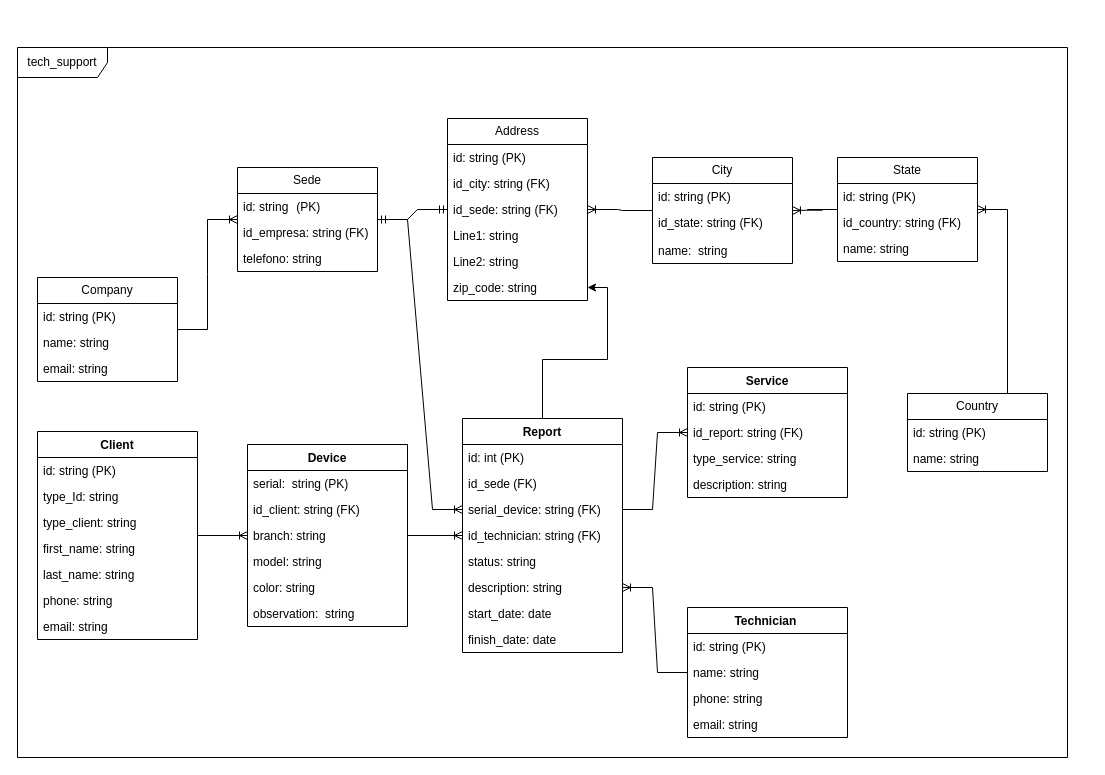
Above: projects/tech_support/Tech_support.drawio in Alejo2304/website_projects (draw.io), before the change. Source tidied: cells renumbered, new cells numbered last; positions are measured from the earlier drawing's top-left corner, leaving out a move shared by most shapes. Both pictures are drawn from the tidied source at 100%, with x=0, y=0 at pixel (17, 47).
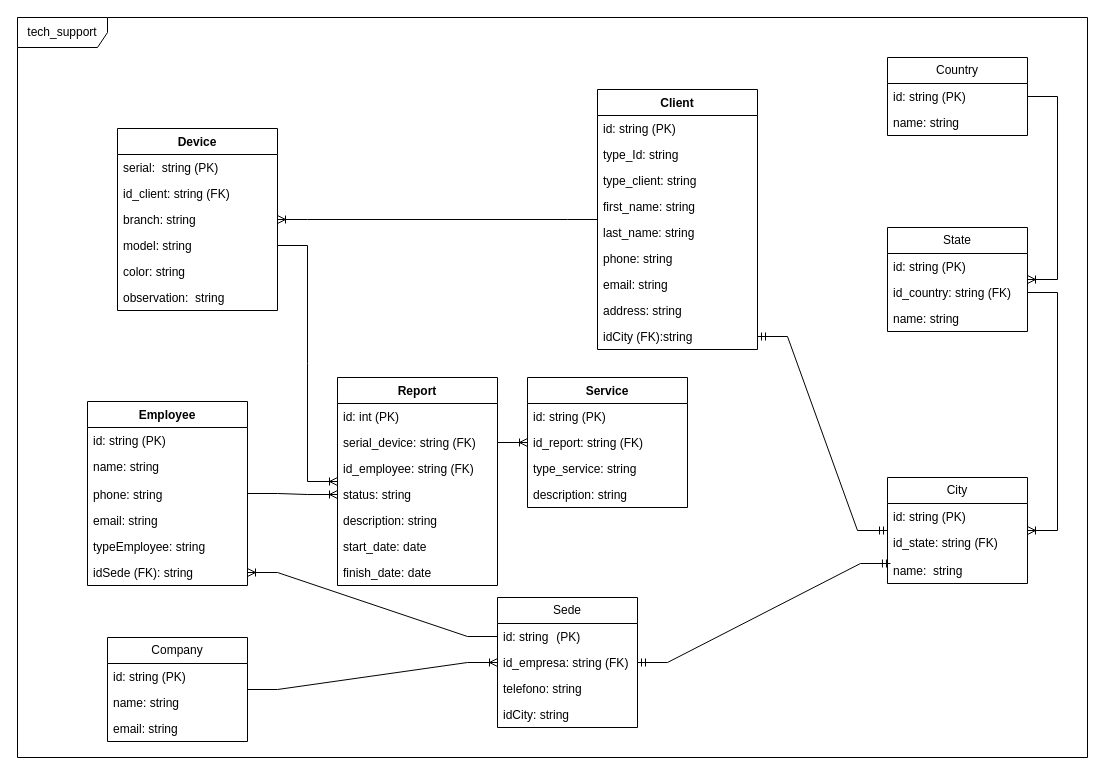
Above is the later version.

The change refers to these unchanged cells:
```xml
<mxCell id="19" value="model: string" style="text;strokeColor=none;fillColor=none;align=left;verticalAlign=top;spacingLeft=4;spacingRight=4;overflow=hidden;points=[[0,0.5],[1,0.5]];portConstraint=eastwest;whiteSpace=wrap;html=1;" parent="15" vertex="1">
  <mxGeometry y="104" width="160" height="26" as="geometry" />
</mxCell>
<mxCell id="43" value="id: string&lt;span style=&quot;white-space: pre;&quot;&gt;&#9;&lt;/span&gt;(PK)" style="text;strokeColor=none;fillColor=none;align=left;verticalAlign=top;spacingLeft=4;spacingRight=4;overflow=hidden;points=[[0,0.5],[1,0.5]];portConstraint=eastwest;whiteSpace=wrap;html=1;" parent="42" vertex="1">
  <mxGeometry y="26" width="140" height="26" as="geometry" />
</mxCell>
<mxCell id="53" value="name:&amp;nbsp; string" style="text;strokeColor=none;fillColor=none;align=left;verticalAlign=top;spacingLeft=4;spacingRight=4;overflow=hidden;points=[[0,0.5],[1,0.5]];portConstraint=eastwest;whiteSpace=wrap;html=1;" parent="50" vertex="1">
  <mxGeometry y="80" width="140" height="26" as="geometry" />
</mxCell>
<mxCell id="56" value="id_country: string (FK)" style="text;strokeColor=none;fillColor=none;align=left;verticalAlign=top;spacingLeft=4;spacingRight=4;overflow=hidden;points=[[0,0.5],[1,0.5]];portConstraint=eastwest;whiteSpace=wrap;html=1;" parent="54" vertex="1">
  <mxGeometry y="52" width="140" height="26" as="geometry" />
</mxCell>
```

Change to the diagram source:
```diff
@@
     <mxCell id="2" value="Client" style="swimlane;fontStyle=1;align=center;verticalAlign=top;horizontal=1;startSize=26;whiteSpace=wrap;html=1;" parent="1" vertex="1">
-      <mxGeometry x="20" y="384" width="160" height="208" as="geometry" />
+      <mxGeometry x="580" y="42" width="160" height="260" as="geometry" />
     </mxCell>
@@
-    <mxCell id="10" value="Technician&amp;nbsp;" style="swimlane;fontStyle=1;align=center;verticalAlign=top;horizontal=1;startSize=26;whiteSpace=wrap;html=1;" parent="1" vertex="1">
-      <mxGeometry x="670" y="560" width="160" height="130" as="geometry" />
-    </mxCell>
-    <mxCell id="11" value="id: string (PK)&lt;div&gt;&lt;br&gt;&lt;/div&gt;" style="text;strokeColor=none;fillColor=none;align=left;verticalAlign=top;spacingLeft=4;spacingRight=4;overflow=hidden;whiteSpace=wrap;html=1;" parent="10" vertex="1">
-      <mxGeometry y="26" width="160" height="26" as="geometry" />
-    </mxCell>
-    <mxCell id="12" value="name: string" style="text;strokeColor=none;fillColor=none;align=left;verticalAlign=top;spacingLeft=4;spacingRight=4;overflow=hidden;whiteSpace=wrap;html=1;" parent="10" vertex="1">
-      <mxGeometry y="52" width="160" height="26" as="geometry" />
-    </mxCell>
-    <mxCell id="13" value="phone: string" style="text;strokeColor=none;fillColor=none;align=left;verticalAlign=top;spacingLeft=4;spacingRight=4;overflow=hidden;whiteSpace=wrap;html=1;" parent="10" vertex="1">
-      <mxGeometry y="78" width="160" height="26" as="geometry" />
-    </mxCell>
-    <mxCell id="14" value="email: string" style="text;strokeColor=none;fillColor=none;align=left;verticalAlign=top;spacingLeft=4;spacingRight=4;overflow=hidden;whiteSpace=wrap;html=1;" parent="10" vertex="1">
-      <mxGeometry y="104" width="160" height="26" as="geometry" />
-    </mxCell>
+    <mxCell id="74" value="address: string" style="text;strokeColor=none;fillColor=none;align=left;verticalAlign=top;spacingLeft=4;spacingRight=4;overflow=hidden;whiteSpace=wrap;html=1;" parent="2" vertex="1">
+      <mxGeometry y="208" width="160" height="26" as="geometry" />
+    </mxCell>
+    <mxCell id="75" value="idCity (FK):string" style="text;strokeColor=none;fillColor=none;align=left;verticalAlign=top;spacingLeft=4;spacingRight=4;overflow=hidden;points=[[0,0.5],[1,0.5]];portConstraint=eastwest;whiteSpace=wrap;html=1;" parent="2" vertex="1">
+      <mxGeometry y="234" width="160" height="26" as="geometry" />
+    </mxCell>
     <mxCell id="15" value="Device" style="swimlane;fontStyle=1;align=center;verticalAlign=top;horizontal=1;startSize=26;whiteSpace=wrap;html=1;" parent="1" vertex="1">
-      <mxGeometry x="230" y="397" width="160" height="182" as="geometry" />
+      <mxGeometry x="100" y="81" width="160" height="182" as="geometry" />
     </mxCell>
@@
-    <mxCell id="22" style="edgeStyle=orthogonalEdgeStyle;rounded=0;jettySize=auto;html=1;" parent="1" edge="1" source="23" target="67">
-      <mxGeometry relative="1" as="geometry" />
-    </mxCell>
     <mxCell id="23" value="Report" style="swimlane;fontStyle=1;align=center;verticalAlign=top;horizontal=1;startSize=26;whiteSpace=wrap;html=1;" parent="1" vertex="1">
-      <mxGeometry x="445" y="371" width="160" height="234" as="geometry" />
+      <mxGeometry x="320" y="330" width="160" height="208" as="geometry" />
     </mxCell>
@@
-    <mxCell id="25" value="id_sede (FK)" style="text;strokeColor=none;fillColor=none;align=left;verticalAlign=top;spacingLeft=4;spacingRight=4;overflow=hidden;whiteSpace=wrap;html=1;" parent="23" vertex="1">
-      <mxGeometry y="52" width="160" height="26" as="geometry" />
-    </mxCell>
     <mxCell id="26" value="serial_device: string (FK)" style="text;strokeColor=none;fillColor=none;align=left;verticalAlign=top;spacingLeft=4;spacingRight=4;overflow=hidden;points=[[0,0.5],[1,0.5]];portConstraint=eastwest;whiteSpace=wrap;html=1;" parent="23" vertex="1">
-      <mxGeometry y="78" width="160" height="26" as="geometry" />
+      <mxGeometry y="52" width="160" height="26" as="geometry" />
     </mxCell>
-    <mxCell id="27" value="id_technician: string (FK)" style="text;strokeColor=none;fillColor=none;align=left;verticalAlign=top;spacingLeft=4;spacingRight=4;overflow=hidden;whiteSpace=wrap;html=1;" parent="23" vertex="1">
-      <mxGeometry y="104" width="160" height="26" as="geometry" />
+    <mxCell id="27" value="id_employee: string (FK)" style="text;strokeColor=none;fillColor=none;align=left;verticalAlign=top;spacingLeft=4;spacingRight=4;overflow=hidden;whiteSpace=wrap;html=1;" parent="23" vertex="1">
+      <mxGeometry y="78" width="160" height="26" as="geometry" />
     </mxCell>
     <mxCell id="28" value="status: string&lt;br&gt;&lt;span style=&quot;white-space: pre;&quot;&gt;&#9;&lt;/span&gt;&lt;span style=&quot;white-space: pre;&quot;&gt;&#9;&lt;/span&gt;&lt;span style=&quot;white-space: pre;&quot;&gt;&#9;&lt;/span&gt;&lt;span style=&quot;white-space: pre;&quot;&gt;&#9;&lt;/span&gt;&lt;span style=&quot;white-space: pre;&quot;&gt;&#9;&lt;/span&gt;&lt;span style=&quot;white-space: pre;&quot;&gt;&#9;&lt;/span&gt;&lt;span style=&quot;white-space: pre;&quot;&gt;&#9;&lt;/span&gt;" style="text;strokeColor=none;fillColor=none;align=left;verticalAlign=top;spacingLeft=4;spacingRight=4;overflow=hidden;points=[[0,0.5],[1,0.5]];portConstraint=eastwest;whiteSpace=wrap;html=1;" parent="23" vertex="1">
-      <mxGeometry y="130" width="160" height="26" as="geometry" />
+      <mxGeometry y="104" width="160" height="26" as="geometry" />
     </mxCell>
     <mxCell id="29" value="description: string" style="text;strokeColor=none;fillColor=none;align=left;verticalAlign=top;spacingLeft=4;spacingRight=4;overflow=hidden;points=[[0,0.5],[1,0.5]];portConstraint=eastwest;whiteSpace=wrap;html=1;" parent="23" vertex="1">
-      <mxGeometry y="156" width="160" height="26" as="geometry" />
+      <mxGeometry y="130" width="160" height="26" as="geometry" />
     </mxCell>
     <mxCell id="30" value="start_date: date&lt;div&gt;&lt;span style=&quot;white-space: pre;&quot;&gt;&#9;&lt;/span&gt;&amp;nbsp;&lt;br&gt;&lt;/div&gt;" style="text;strokeColor=none;fillColor=none;align=left;verticalAlign=top;spacingLeft=4;spacingRight=4;overflow=hidden;whiteSpace=wrap;html=1;" parent="23" vertex="1">
-      <mxGeometry y="182" width="160" height="26" as="geometry" />
+      <mxGeometry y="156" width="160" height="26" as="geometry" />
     </mxCell>
     <mxCell id="31" value="finish_date: date" style="text;strokeColor=none;fillColor=none;align=left;verticalAlign=top;spacingLeft=4;spacingRight=4;overflow=hidden;whiteSpace=wrap;html=1;" parent="23" vertex="1">
-      <mxGeometry y="208" width="160" height="26" as="geometry" />
+      <mxGeometry y="182" width="160" height="26" as="geometry" />
     </mxCell>
     <mxCell id="32" value="Service" style="swimlane;fontStyle=1;align=center;verticalAlign=top;horizontal=1;startSize=26;whiteSpace=wrap;html=1;" parent="1" vertex="1">
-      <mxGeometry x="670" y="320" width="160" height="130" as="geometry" />
+      <mxGeometry x="510" y="330" width="160" height="130" as="geometry" />
     </mxCell>
@@
-    <mxCell id="38" style="edgeStyle=entityRelationEdgeStyle;fontSize=12;html=1;endArrow=ERoneToMany;rounded=0;" parent="1" edge="1" source="15" target="23">
+    <mxCell id="38" style="edgeStyle=entityRelationEdgeStyle;fontSize=12;html=1;endArrow=ERoneToMany;rounded=0;exitX=1;exitY=0.5;exitDx=0;exitDy=0;" parent="1" edge="1" source="19" target="23">
       <mxGeometry relative="1" as="geometry" />
     </mxCell>
-    <mxCell id="39" style="edgeStyle=entityRelationEdgeStyle;fontSize=12;html=1;endArrow=ERoneToMany;rounded=0;entryX=1;entryY=0.5;entryDx=0;entryDy=0;" parent="1" edge="1" source="10" target="29">
+    <mxCell id="39" style="edgeStyle=entityRelationEdgeStyle;fontSize=12;html=1;endArrow=ERoneToMany;rounded=0;entryX=0;entryY=0.5;entryDx=0;entryDy=0;" parent="1" edge="1" source="10" target="28">
       <mxGeometry relative="1" as="geometry" />
     </mxCell>
@@
     <mxCell id="41" value="tech_support" style="shape=umlFrame;whiteSpace=wrap;html=1;width=90;height=30;" parent="1" vertex="1">
-      <mxGeometry width="1050" height="710" as="geometry" />
+      <mxGeometry y="-30" width="1070" height="740" as="geometry" />
     </mxCell>
     <mxCell id="42" value="Sede" style="swimlane;fontStyle=0;horizontal=1;startSize=26;fillColor=none;whiteSpace=wrap;html=1;" parent="1" vertex="1">
-      <mxGeometry x="220" y="120" width="140" height="104" as="geometry" />
+      <mxGeometry x="480" y="550" width="140" height="130" as="geometry" />
     </mxCell>
@@
+    <mxCell id="76" value="idCity: string" style="text;strokeColor=none;fillColor=none;align=left;verticalAlign=top;spacingLeft=4;spacingRight=4;overflow=hidden;whiteSpace=wrap;html=1;" parent="42" vertex="1">
+      <mxGeometry y="104" width="140" height="26" as="geometry" />
+    </mxCell>
     <mxCell id="46" value="Company" style="swimlane;fontStyle=0;horizontal=1;startSize=26;fillColor=none;whiteSpace=wrap;html=1;" parent="1" vertex="1">
-      <mxGeometry x="20" y="230" width="140" height="104" as="geometry" />
+      <mxGeometry x="90" y="590" width="140" height="104" as="geometry" />
     </mxCell>
@@
     <mxCell id="50" value="City" style="swimlane;fontStyle=0;horizontal=1;startSize=26;fillColor=none;whiteSpace=wrap;html=1;" parent="1" vertex="1">
-      <mxGeometry x="635" y="110" width="140" height="106" as="geometry" />
+      <mxGeometry x="870" y="430" width="140" height="106" as="geometry" />
     </mxCell>
@@
     <mxCell id="54" value="State" style="swimlane;fontStyle=0;horizontal=1;startSize=26;fillColor=none;whiteSpace=wrap;html=1;" parent="1" vertex="1">
-      <mxGeometry x="820" y="110" width="140" height="104" as="geometry" />
+      <mxGeometry x="870" y="180" width="140" height="104" as="geometry" />
     </mxCell>
@@
     <mxCell id="58" value="Country" style="swimlane;fontStyle=0;horizontal=1;startSize=26;fillColor=none;whiteSpace=wrap;html=1;" parent="1" vertex="1">
-      <mxGeometry x="890" y="346" width="140" height="78" as="geometry" />
+      <mxGeometry x="870" y="10" width="140" height="78" as="geometry" />
     </mxCell>
@@
-    <mxCell id="61" value="Address" style="swimlane;fontStyle=0;horizontal=1;startSize=26;fillColor=none;whiteSpace=wrap;html=1;" parent="1" vertex="1">
-      <mxGeometry x="430" y="71" width="140" height="182" as="geometry" />
-    </mxCell>
-    <mxCell id="62" value="id: string (PK)" style="text;strokeColor=none;fillColor=none;align=left;verticalAlign=top;spacingLeft=4;spacingRight=4;overflow=hidden;whiteSpace=wrap;html=1;" parent="61" vertex="1">
-      <mxGeometry y="26" width="140" height="26" as="geometry" />
-    </mxCell>
-    <mxCell id="63" value="id_city: string (FK)" style="text;strokeColor=none;fillColor=none;align=left;verticalAlign=top;spacingLeft=4;spacingRight=4;overflow=hidden;whiteSpace=wrap;html=1;" parent="61" vertex="1">
-      <mxGeometry y="52" width="140" height="26" as="geometry" />
-    </mxCell>
-    <mxCell id="64" value="id_sede: string (FK)" style="text;strokeColor=none;fillColor=none;align=left;verticalAlign=top;spacingLeft=4;spacingRight=4;overflow=hidden;whiteSpace=wrap;html=1;" parent="61" vertex="1">
-      <mxGeometry y="78" width="140" height="26" as="geometry" />
-    </mxCell>
-    <mxCell id="65" value="Line1: string&lt;div&gt;&lt;br/&gt;&lt;/div&gt;" style="text;strokeColor=none;fillColor=none;align=left;verticalAlign=top;spacingLeft=4;spacingRight=4;overflow=hidden;whiteSpace=wrap;html=1;" parent="61" vertex="1">
-      <mxGeometry y="104" width="140" height="26" as="geometry" />
-    </mxCell>
-    <mxCell id="66" value="Line2: string" style="text;strokeColor=none;fillColor=none;align=left;verticalAlign=top;spacingLeft=4;spacingRight=4;overflow=hidden;whiteSpace=wrap;html=1;" parent="61" vertex="1">
-      <mxGeometry y="130" width="140" height="26" as="geometry" />
-    </mxCell>
-    <mxCell id="67" value="zip_code: string" style="text;strokeColor=none;fillColor=none;align=left;verticalAlign=top;spacingLeft=4;spacingRight=4;overflow=hidden;points=[[0,0.5],[1,0.5]];portConstraint=eastwest;whiteSpace=wrap;html=1;" parent="61" vertex="1">
-      <mxGeometry y="156" width="140" height="26" as="geometry" />
-    </mxCell>
@@
-    <mxCell id="69" style="edgeStyle=entityRelationEdgeStyle;fontSize=12;html=1;endArrow=ERmandOne;startArrow=ERmandOne;rounded=0;" parent="1" edge="1" source="42" target="61">
-      <mxGeometry relative="1" as="geometry" />
-    </mxCell>
-    <mxCell id="70" style="edgeStyle=entityRelationEdgeStyle;fontSize=12;html=1;endArrow=ERoneToMany;rounded=0;" parent="1" edge="1" source="50" target="61">
-      <mxGeometry relative="1" as="geometry" />
-    </mxCell>
-    <mxCell id="71" style="edgeStyle=entityRelationEdgeStyle;fontSize=12;html=1;endArrow=ERoneToMany;rounded=0;" parent="1" edge="1" source="54" target="50">
+    <mxCell id="71" style="edgeStyle=entityRelationEdgeStyle;fontSize=12;html=1;endArrow=ERoneToMany;rounded=0;exitX=1;exitY=0.5;exitDx=0;exitDy=0;" parent="1" edge="1" source="56" target="50">
       <mxGeometry relative="1" as="geometry" />
     </mxCell>
-    <mxCell id="72" style="edgeStyle=entityRelationEdgeStyle;fontSize=12;html=1;endArrow=ERoneToMany;rounded=0;exitX=0.5;exitY=0;exitDx=0;exitDy=0;" parent="1" edge="1" source="58" target="54">
+    <mxCell id="72" style="edgeStyle=entityRelationEdgeStyle;fontSize=12;html=1;endArrow=ERoneToMany;rounded=0;" parent="1" edge="1" source="58" target="54">
       <mxGeometry relative="1" as="geometry" />
     </mxCell>
-    <mxCell id="73" style="edgeStyle=entityRelationEdgeStyle;fontSize=12;html=1;endArrow=ERoneToMany;rounded=0;entryX=0;entryY=0.5;entryDx=0;entryDy=0;" parent="1" edge="1" source="42" target="26">
-      <mxGeometry relative="1" as="geometry" />
+    <mxCell id="73" style="edgeStyle=entityRelationEdgeStyle;fontSize=12;html=1;endArrow=ERoneToMany;rounded=0;entryX=1;entryY=0.5;entryDx=0;entryDy=0;exitX=0;exitY=0.5;exitDx=0;exitDy=0;" parent="1" edge="1" source="43" target="78">
+      <mxGeometry relative="1" as="geometry">
+        <Array as="points">
+          <mxPoint x="360" y="590" />
+          <mxPoint x="330" y="490" />
+        </Array>
+      </mxGeometry>
     </mxCell>
+    <mxCell id="10" value="Employee" style="swimlane;fontStyle=1;align=center;verticalAlign=top;horizontal=1;startSize=26;whiteSpace=wrap;html=1;" parent="1" vertex="1">
+      <mxGeometry x="70" y="354" width="160" height="184" as="geometry" />
+    </mxCell>
+    <mxCell id="11" value="id: string (PK)&lt;div&gt;&lt;br&gt;&lt;/div&gt;" style="text;strokeColor=none;fillColor=none;align=left;verticalAlign=top;spacingLeft=4;spacingRight=4;overflow=hidden;whiteSpace=wrap;html=1;" parent="10" vertex="1">
+      <mxGeometry y="26" width="160" height="26" as="geometry" />
+    </mxCell>
+    <mxCell id="12" value="name: string" style="text;strokeColor=none;fillColor=none;align=left;verticalAlign=top;spacingLeft=4;spacingRight=4;overflow=hidden;whiteSpace=wrap;html=1;" parent="10" vertex="1">
+      <mxGeometry y="52" width="160" height="28" as="geometry" />
+    </mxCell>
+    <mxCell id="13" value="phone: string" style="text;strokeColor=none;fillColor=none;align=left;verticalAlign=top;spacingLeft=4;spacingRight=4;overflow=hidden;whiteSpace=wrap;html=1;" parent="10" vertex="1">
+      <mxGeometry y="80" width="160" height="26" as="geometry" />
+    </mxCell>
+    <mxCell id="14" value="email: string" style="text;strokeColor=none;fillColor=none;align=left;verticalAlign=top;spacingLeft=4;spacingRight=4;overflow=hidden;whiteSpace=wrap;html=1;" parent="10" vertex="1">
+      <mxGeometry y="106" width="160" height="26" as="geometry" />
+    </mxCell>
+    <mxCell id="77" value="typeEmployee: string" style="text;strokeColor=none;fillColor=none;align=left;verticalAlign=top;spacingLeft=4;spacingRight=4;overflow=hidden;whiteSpace=wrap;html=1;" parent="10" vertex="1">
+      <mxGeometry y="132" width="160" height="26" as="geometry" />
+    </mxCell>
+    <mxCell id="78" value="idSede (FK): string" style="text;strokeColor=none;fillColor=none;align=left;verticalAlign=top;spacingLeft=4;spacingRight=4;overflow=hidden;points=[[0,0.5],[1,0.5]];portConstraint=eastwest;whiteSpace=wrap;html=1;" parent="10" vertex="1">
+      <mxGeometry y="158" width="160" height="26" as="geometry" />
+    </mxCell>
+    <mxCell id="79" style="edgeStyle=entityRelationEdgeStyle;fontSize=12;html=1;endArrow=ERmandOne;startArrow=ERmandOne;rounded=0;entryX=0.021;entryY=0.231;entryDx=0;entryDy=0;entryPerimeter=0;" parent="1" edge="1" source="42" target="53">
+      <mxGeometry relative="1" as="geometry" />
+    </mxCell>
+    <mxCell id="80" style="edgeStyle=entityRelationEdgeStyle;fontSize=12;html=1;endArrow=ERmandOne;startArrow=ERmandOne;rounded=0;entryX=1;entryY=0.5;entryDx=0;entryDy=0;" parent="1" edge="1" source="50" target="75">
+      <mxGeometry relative="1" as="geometry" />
+    </mxCell>
```
